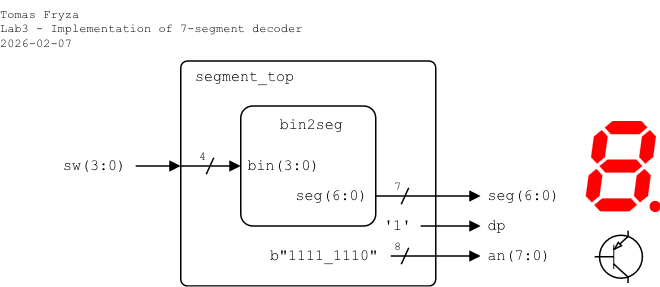
Above: lab3-segment/images/top-level_1-digit.png in tomas-fryza/vhdl-examples (draw.io), before the change. Source tidied: cells renumbered, new cells last; positions are measured from the earlier drawing's top-left corner, leaving out a move shared by most shapes.
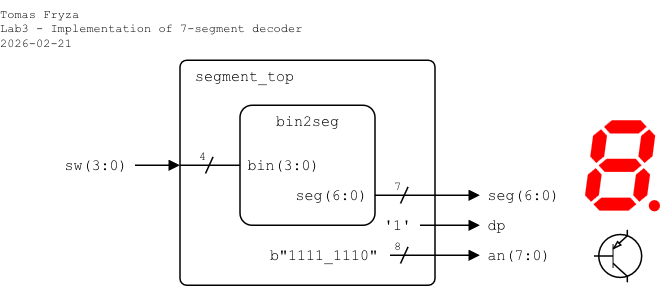
After the commit.

What changed in the source:
```diff
@@ -5,7 +5,7 @@
     <mxCell id="2" value="segment_top" style="rounded=1;arcSize=3;whiteSpace=wrap;html=1;align=left;verticalAlign=top;fontFamily=Courier New;absoluteArcSize=0;fillColor=none;fontSize=10;spacingLeft=10;imageHeight=24;spacing=0;" parent="1" vertex="1">
       <mxGeometry x="120" y="40" width="170" height="150" as="geometry" />
     </mxCell>
-    <mxCell id="3" value="bin2seg" style="rounded=1;arcSize=10;align=center;verticalAlign=top;fontFamily=Courier New;absoluteArcSize=0;fillColor=none;fixDash=0;fontSize=10;spacingLeft=5;labelBorderColor=none;spacingTop=0;spacing=2;labelBackgroundColor=none;whiteSpace=wrap;html=1;strokeWidth=1;shadow=0;glass=0;" parent="1" vertex="1">
+    <mxCell id="3" value="bin2seg" style="rounded=1;arcSize=10;align=center;verticalAlign=top;fontFamily=Courier New;absoluteArcSize=0;fillColor=none;fixDash=0;fontSize=10;spacingLeft=0;labelBorderColor=none;spacingTop=0;spacing=0;labelBackgroundColor=none;whiteSpace=wrap;html=1;strokeWidth=1;shadow=0;glass=0;" parent="1" vertex="1">
       <mxGeometry x="160" y="70" width="90" height="80" as="geometry" />
     </mxCell>
     <mxCell id="4" value="&lt;div style=&quot;line-height: 100%;&quot; align=&quot;left&quot;&gt;bin(3:0)&lt;/div&gt;" style="text;html=1;align=left;verticalAlign=middle;whiteSpace=wrap;rounded=0;fontFamily=Courier New;fontSize=10;fillOpacity=100;spacingLeft=5;spacing=0;" parent="1" vertex="1">
@@ -19,7 +19,7 @@
         <mxPoint x="320" y="130" as="targetPoint" />
       </mxGeometry>
     </mxCell>
-    <mxCell id="7" style="endArrow=block;html=1;rounded=0;endFill=1;endSize=5;startSize=5;" parent="1" edge="1">
+    <mxCell id="7" style="endArrow=none;html=1;rounded=0;endFill=0;endSize=5;startSize=5;" parent="1" edge="1">
       <mxGeometry relative="1" as="geometry">
         <mxPoint x="120" y="110" as="sourcePoint" />
         <mxPoint x="160" y="110" as="targetPoint" />
@@ -31,8 +31,8 @@
         <mxPoint x="120" y="110" as="targetPoint" />
       </mxGeometry>
     </mxCell>
-    <mxCell id="9" value="sw(3:0)" style="text;html=1;align=left;verticalAlign=middle;whiteSpace=wrap;rounded=0;fontFamily=Courier New;fontSize=10;fillOpacity=100;spacing=2;spacingLeft=0;" parent="1" vertex="1">
-      <mxGeometry x="40" y="100" width="40" height="20" as="geometry" />
+    <mxCell id="9" value="sw(3:0)" style="text;html=1;align=right;verticalAlign=middle;whiteSpace=wrap;rounded=0;fontFamily=Courier New;fontSize=10;fillOpacity=100;spacing=0;spacingLeft=0;spacingRight=5;" parent="1" vertex="1">
+      <mxGeometry x="30" y="100" width="60" height="20" as="geometry" />
     </mxCell>
     <mxCell id="10" value="seg(6:0)" style="text;html=1;align=left;verticalAlign=middle;whiteSpace=wrap;rounded=0;fontFamily=Courier New;fontSize=10;fillOpacity=100;spacing=0;spacingLeft=5;" parent="1" vertex="1">
       <mxGeometry x="320" y="120" width="60" height="20" as="geometry" />
@@ -82,7 +82,7 @@
         <mxPoint x="267" y="175.5" as="targetPoint" />
       </mxGeometry>
     </mxCell>
-    <mxCell id="22" value="&lt;div&gt;Tomas Fryza&lt;/div&gt;&lt;div&gt;Lab3 - Implementation of 7-segment decoder&lt;/div&gt;&lt;div&gt;2026-02-07&lt;/div&gt;" style="text;html=1;align=left;verticalAlign=top;whiteSpace=wrap;rounded=0;fontFamily=Courier New;fontSize=8;fillOpacity=100;spacing=0;spacingLeft=0;" parent="1" vertex="1">
+    <mxCell id="22" value="&lt;div&gt;Tomas Fryza&lt;/div&gt;&lt;div&gt;Lab3 - Implementation of 7-segment decoder&lt;/div&gt;&lt;div&gt;2026-02-21&lt;/div&gt;" style="text;html=1;align=left;verticalAlign=top;whiteSpace=wrap;rounded=0;fontFamily=Courier New;fontSize=8;fillOpacity=100;spacing=0;spacingLeft=0;" parent="1" vertex="1">
       <mxGeometry width="240" height="40" as="geometry" />
     </mxCell>
     <mxCell id="23" value="4" style="text;html=1;align=center;verticalAlign=middle;whiteSpace=wrap;rounded=0;fontFamily=Courier New;fontSize=8;fillOpacity=100;spacing=2;spacingRight=0;" parent="1" vertex="1">
```
